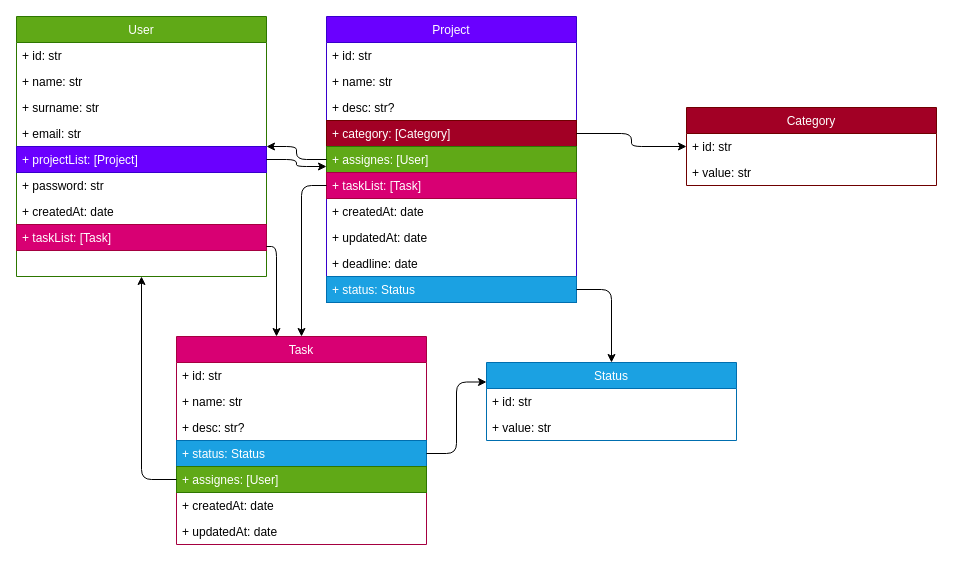
mhmetglrq/flutter_daily_task keeps this draw.io diagram as .drawio. Above is the earlier version. Source tidied: cells renumbered, new cells numbered last; positions are measured from the earlier drawing's top-left corner, leaving out a move shared by most shapes. Both pictures are drawn from the tidied source at 100%, with x=0, y=0 at pixel (16, 16).
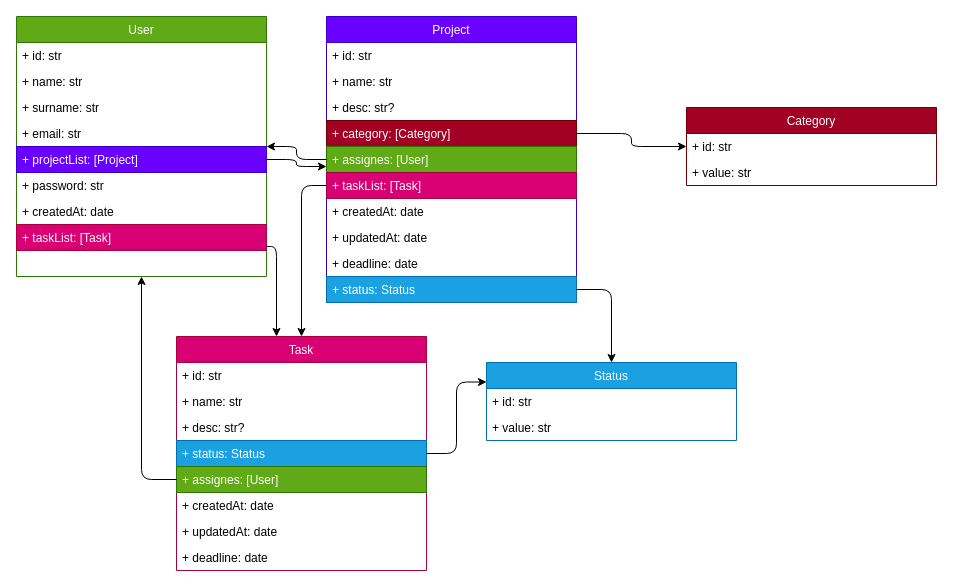
The same diagram, later.

Change to the diagram source:
```diff
@@
     <mxCell id="23" value="Task" style="swimlane;fontStyle=0;horizontal=1;startSize=26;fillColor=#d80073;fontColor=#ffffff;strokeColor=#A50040;" parent="1" vertex="1">
-      <mxGeometry x="160" y="320" width="250" height="208" as="geometry" />
+      <mxGeometry x="160" y="320" width="250" height="234" as="geometry" />
     </mxCell>
@@
+    <mxCell id="45" value="+ deadline: date" style="text;strokeColor=none;fillColor=none;align=left;verticalAlign=top;spacingLeft=4;spacingRight=4;overflow=hidden;" parent="23" vertex="1">
+      <mxGeometry y="208" width="250" height="26" as="geometry" />
+    </mxCell>
```
